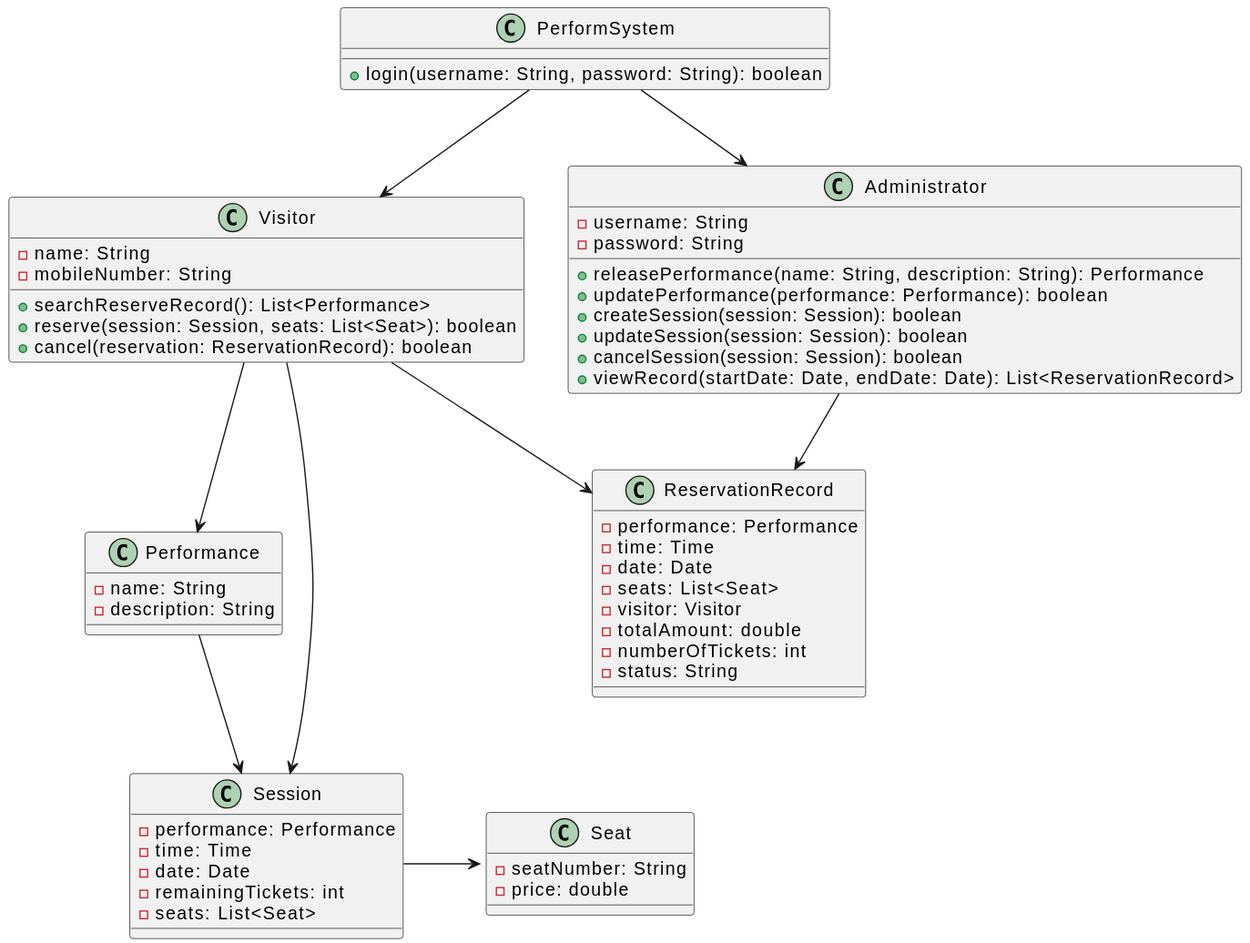
Before: assignment2-uml/images/class.svg, a diagram exported from PlantUML (SUSTech-NINJA/Assignment). Its diagram source:
```plantuml
@startuml
class Visitor {
    - name: String
    - mobileNumber: String
    + searchReserveRecord(): List<Performance>
    + reserve(session: Session, seats: List<Seat>): boolean
    + cancel(reservation: ReservationRecord): boolean
}

class Administrator {
    - username: String
    - password: String
    + releasePerformance(name: String, description: String): Performance
    + updatePerformance(performance: Performance): boolean
    + createSession(session: Session): boolean
    + updateSession(session: Session): boolean
    + cancelSession(session: Session): boolean
    + viewRecord(startDate: Date, endDate: Date): List<ReservationRecord>
}

class Performance {
    - name: String
    - description: String
}

class Session {
    - performance: Performance
    - time: Time
    - date: Date
    - remainingTickets: int
    - seats: List<Seat>
}

class Seat {
    - seatNumber: String
    - price: double
}

class ReservationRecord {
    - performance: Performance
    - time: Time
    - date: Date
    - seats: List<Seat>
    - visitor: Visitor
    - totalAmount: double
    - numberOfTickets: int
    - status: String
}

class PerformSystem {
    + login(username: String, password: String): boolean
}

Visitor -->  ReservationRecord
Administrator --> ReservationRecord
Performance --> Session
Session --> Seat
Visitor --> Performance
Visitor --> Session
PerformSystem --> Visitor
PerformSystem --> Administrator
@enduml
```
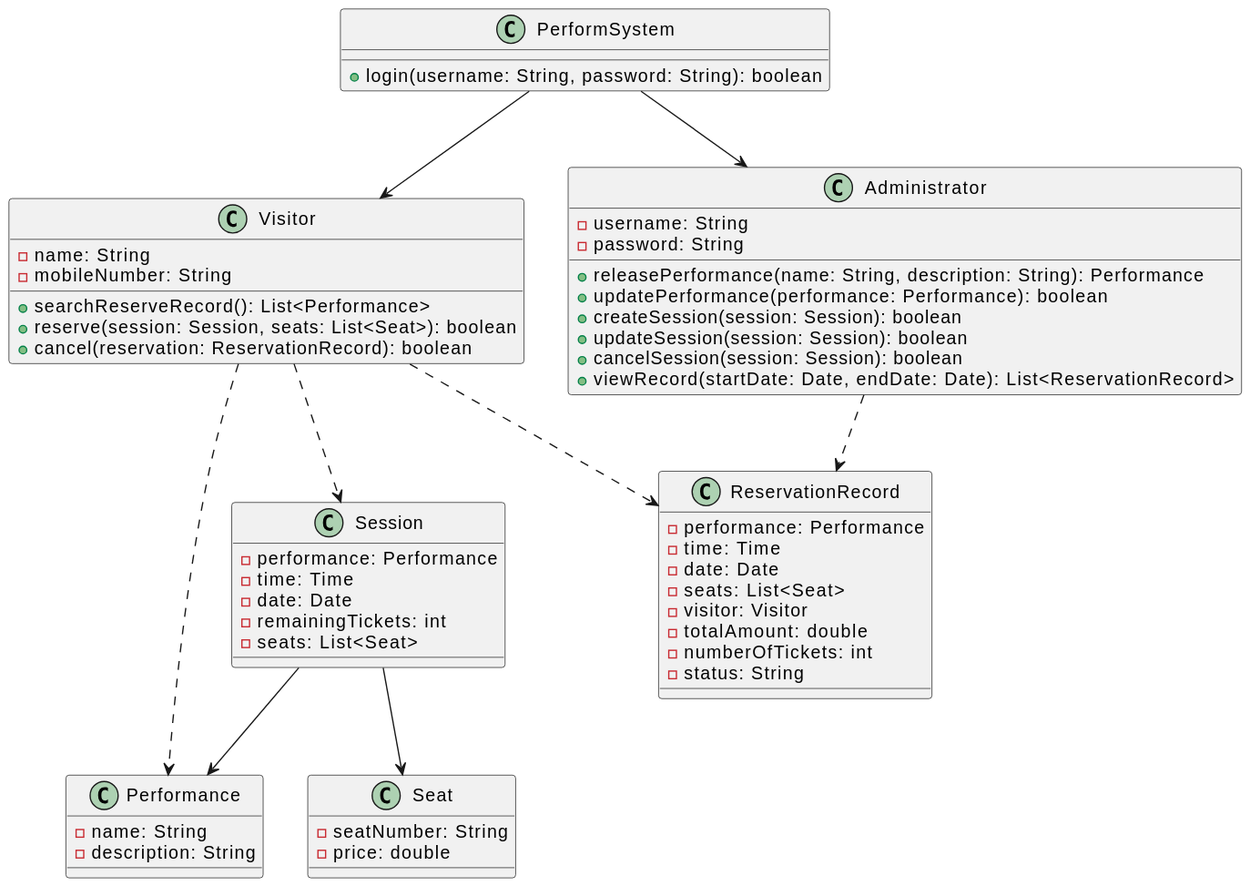
Later version of the same file.

Commit message:
assignment2: fix class diagram

Diff of the diagram source:
```diff
@@ -51,12 +51,12 @@
     + login(username: String, password: String): boolean
 }
 
-Visitor -->  ReservationRecord
-Administrator --> ReservationRecord
-Performance --> Session
+Visitor ..>  ReservationRecord
+Administrator ..> ReservationRecord
+Session --> Performance
 Session --> Seat
-Visitor --> Performance
-Visitor --> Session
+Visitor ..> Performance
+Visitor ..> Session
 PerformSystem --> Visitor
 PerformSystem --> Administrator
 @enduml
```
